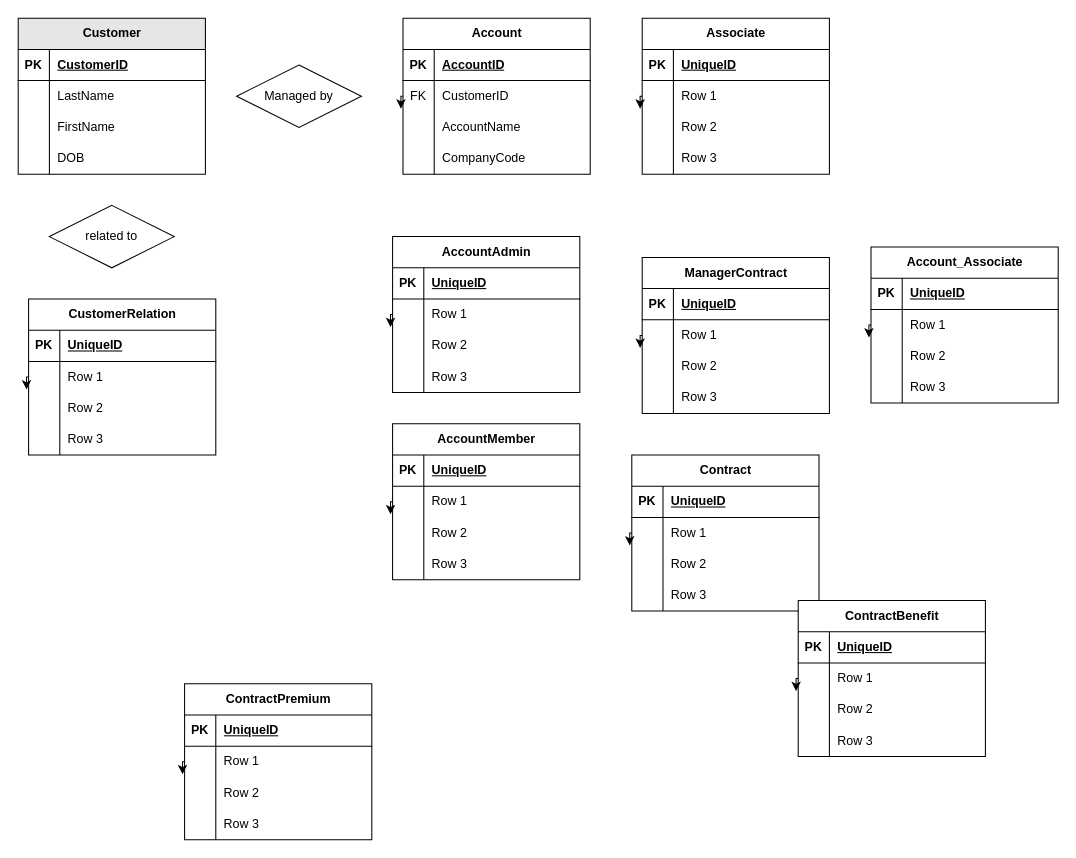
Before: page "Page-2" (2 of 2) of dsm-project-p1.drawio in HanquanL/c_practices, a draw.io diagram. Source tidied: cells renumbered, new cells numbered last; positions are measured from the earlier drawing's top-left corner, leaving out a move shared by most shapes. Both pictures are drawn from the tidied source at 104%, with x=0, y=0 at pixel (18, 18).
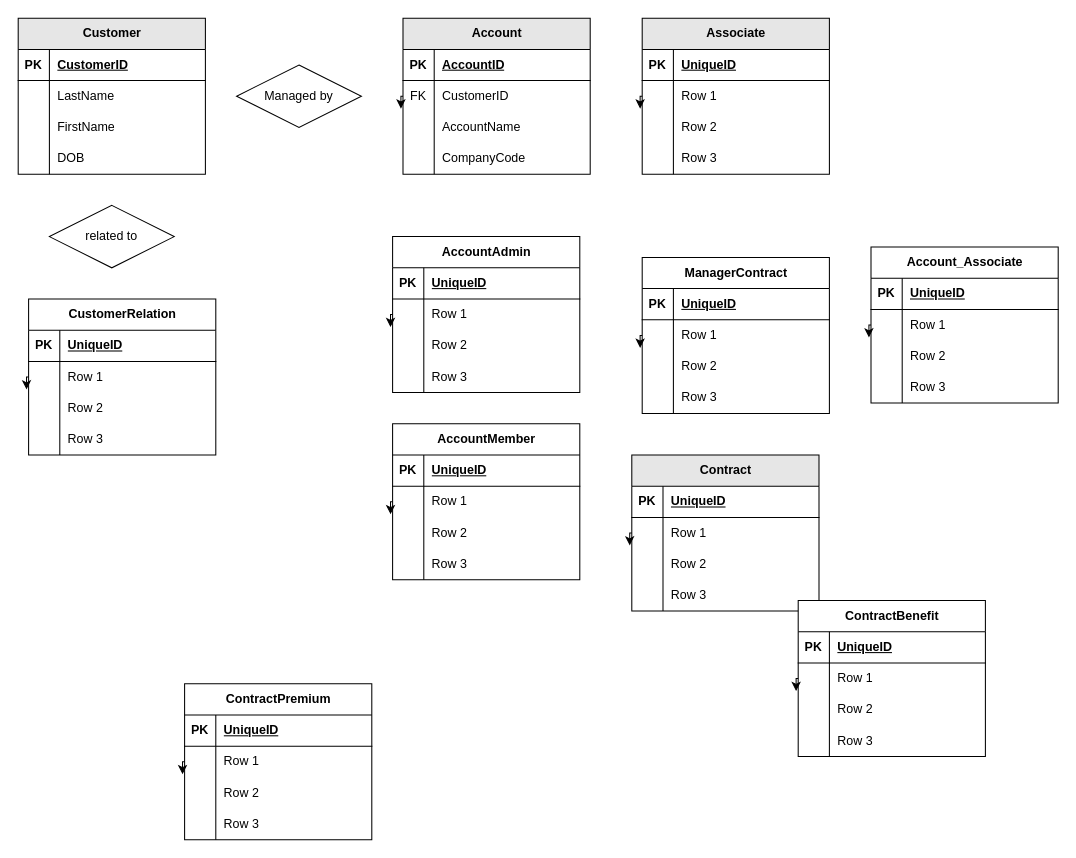
The same page after the edit.

Change to the diagram source:
```diff
@@
-    <mxCell id="15" value="Account" style="shape=table;startSize=30;childLayout=tableLayout;rowLines=0;fontStyle=1;align=center;html=1;" parent="1" vertex="1">
+    <mxCell id="15" value="Account" style="shape=table;startSize=30;childLayout=tableLayout;rowLines=0;fontStyle=1;align=center;html=1;fillColor=#E6E6E6;" parent="1" vertex="1">
       <mxGeometry x="370" width="180" height="150" as="geometry" />
     </mxCell>
@@
-    <mxCell id="30" value="Associate" style="shape=table;startSize=30;childLayout=tableLayout;rowLines=0;fontStyle=1;align=center;html=1;" parent="1" vertex="1">
+    <mxCell id="30" value="Associate" style="shape=table;startSize=30;childLayout=tableLayout;rowLines=0;fontStyle=1;align=center;html=1;fillColor=#E6E6E6;" parent="1" vertex="1">
       <mxGeometry x="600" width="180" height="150" as="geometry" />
     </mxCell>
@@
-    <mxCell id="115" value="Contract" style="shape=table;startSize=30;childLayout=tableLayout;rowLines=0;fontStyle=1;align=center;html=1;" parent="1" vertex="1">
+    <mxCell id="115" value="Contract" style="shape=table;startSize=30;childLayout=tableLayout;rowLines=0;fontStyle=1;align=center;html=1;fillColor=#E6E6E6;" parent="1" vertex="1">
       <mxGeometry x="590" y="420" width="180" height="150" as="geometry" />
     </mxCell>
```
